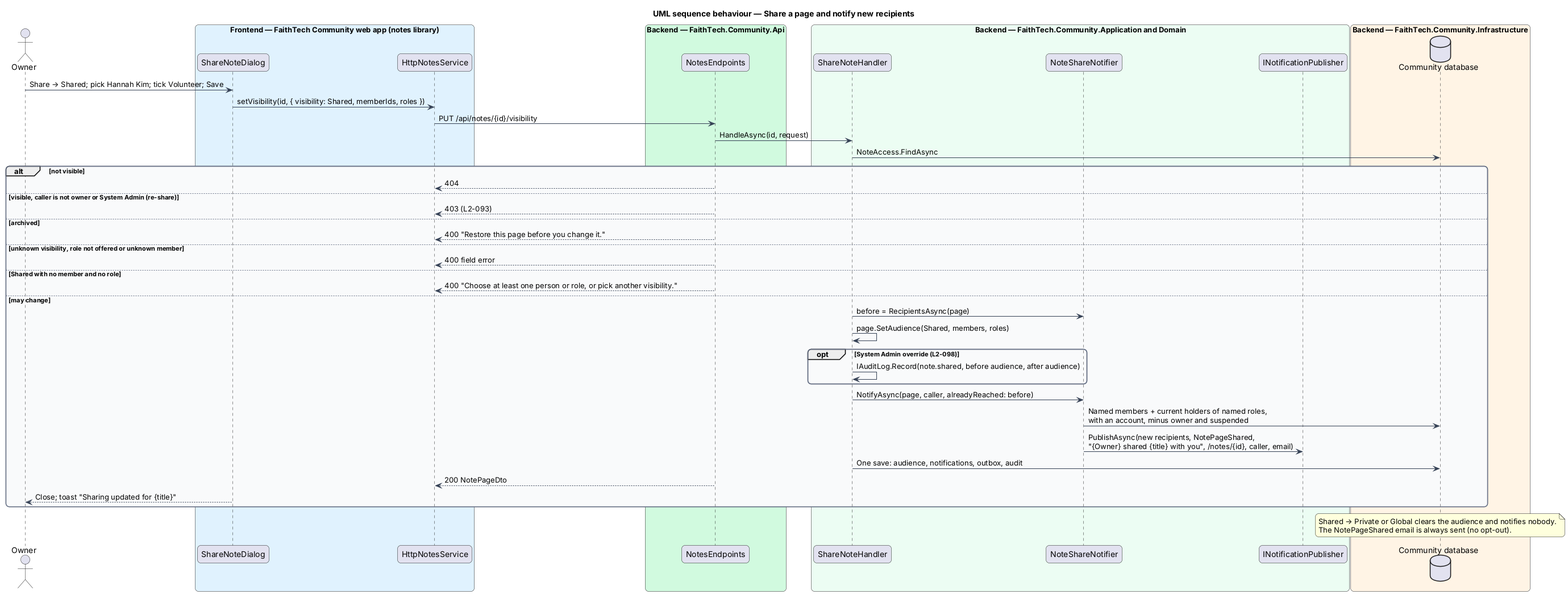
Before: docs/detailed-designs/notes/share-and-visibility/diagrams/sequence-share-and-notify.png, a diagram exported from PlantUML (QuinntyneBrown/faithtech-community). Its diagram source:
```plantuml
@startuml
title UML sequence behaviour — Share a page and notify new recipients
skinparam backgroundColor #FFFFFF
skinparam shadowing false
skinparam roundcorner 12
skinparam defaultFontName Arial
skinparam ArrowColor #344054
skinparam rectangle {
  BorderColor #344054
  FontColor #101828
}
skinparam package {
  BorderColor #667085
  FontColor #101828
  BackgroundColor #F9FAFB
}
actor "Owner" as actor
box "Frontend — FaithTech Community web app (notes library)" #E0F2FE
  participant "ShareNoteDialog" as dlg
  participant "HttpNotesService" as svc
end box
box "Backend — FaithTech.Community.Api" #D1FADF
  participant "NotesEndpoints" as ep
end box
box "Backend — FaithTech.Community.Application and Domain" #ECFDF3
  participant "ShareNoteHandler" as h
  participant "NoteShareNotifier" as n
  participant "INotificationPublisher" as pub
end box
box "Backend — FaithTech.Community.Infrastructure" #FFF4E5
  database "Community database" as db
end box
actor -> dlg : Share → Shared; pick Hannah Kim; tick Volunteer; Save
dlg -> svc : setVisibility(id, { visibility: Shared, memberIds, roles })
svc -> ep : PUT /api/notes/{id}/visibility
ep -> h : HandleAsync(id, request)
h -> db : NoteAccess.FindAsync
alt not visible
  ep --> svc : 404
else visible, caller is not owner or System Admin (re-share)
  ep --> svc : 403 (L2-093)
else archived
  ep --> svc : 400 "Restore this page before you change it."
else unknown visibility, role not offered or unknown member
  ep --> svc : 400 field error
else Shared with no member and no role
  ep --> svc : 400 "Choose at least one person or role, or pick another visibility."
else may change
  h -> n : before = RecipientsAsync(page)
  h -> h : page.SetAudience(Shared, members, roles)
  opt System Admin override (L2-098)
    h -> h : IAuditLog.Record(note.shared, before audience, after audience)
  end
  h -> n : NotifyAsync(page, caller, alreadyReached: before)
  n -> db : Named members + current holders of named roles,\nwith an account, minus owner and suspended
  n -> pub : PublishAsync(new recipients, NotePageShared,\n"{Owner} shared {title} with you", /notes/{id}, caller, email)
  h -> db : One save: audience, notifications, outbox, audit
  ep --> svc : 200 NotePageDto
  dlg --> actor : Close; toast "Sharing updated for {title}"
end
note over db
  Shared → Private or Global clears the audience and notifies nobody.
  The NotePageShared email is always sent (no opt-out).
end note
@enduml
```
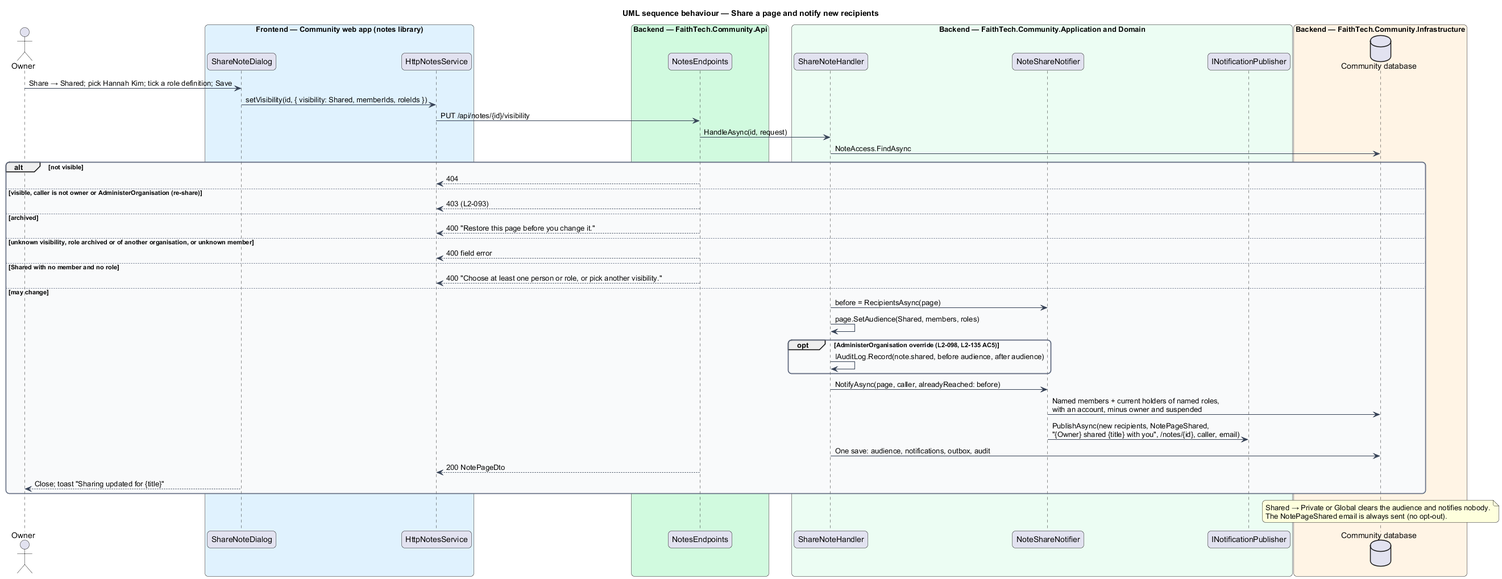
The same file after the commit.

What changed in the source:
```diff
@@ -15,7 +15,7 @@
   BackgroundColor #F9FAFB
 }
 actor "Owner" as actor
-box "Frontend — FaithTech Community web app (notes library)" #E0F2FE
+box "Frontend — Community web app (notes library)" #E0F2FE
   participant "ShareNoteDialog" as dlg
   participant "HttpNotesService" as svc
 end box
@@ -30,25 +30,25 @@
 box "Backend — FaithTech.Community.Infrastructure" #FFF4E5
   database "Community database" as db
 end box
-actor -> dlg : Share → Shared; pick Hannah Kim; tick Volunteer; Save
-dlg -> svc : setVisibility(id, { visibility: Shared, memberIds, roles })
+actor -> dlg : Share → Shared; pick Hannah Kim; tick a role definition; Save
+dlg -> svc : setVisibility(id, { visibility: Shared, memberIds, roleIds })
 svc -> ep : PUT /api/notes/{id}/visibility
 ep -> h : HandleAsync(id, request)
 h -> db : NoteAccess.FindAsync
 alt not visible
   ep --> svc : 404
-else visible, caller is not owner or System Admin (re-share)
+else visible, caller is not owner or AdministerOrganisation (re-share)
   ep --> svc : 403 (L2-093)
 else archived
   ep --> svc : 400 "Restore this page before you change it."
-else unknown visibility, role not offered or unknown member
+else unknown visibility, role archived or of another organisation, or unknown member
   ep --> svc : 400 field error
 else Shared with no member and no role
   ep --> svc : 400 "Choose at least one person or role, or pick another visibility."
 else may change
   h -> n : before = RecipientsAsync(page)
   h -> h : page.SetAudience(Shared, members, roles)
-  opt System Admin override (L2-098)
+  opt AdministerOrganisation override (L2-098, L2-135 AC5)
     h -> h : IAuditLog.Record(note.shared, before audience, after audience)
   end
   h -> n : NotifyAsync(page, caller, alreadyReached: before)
```
